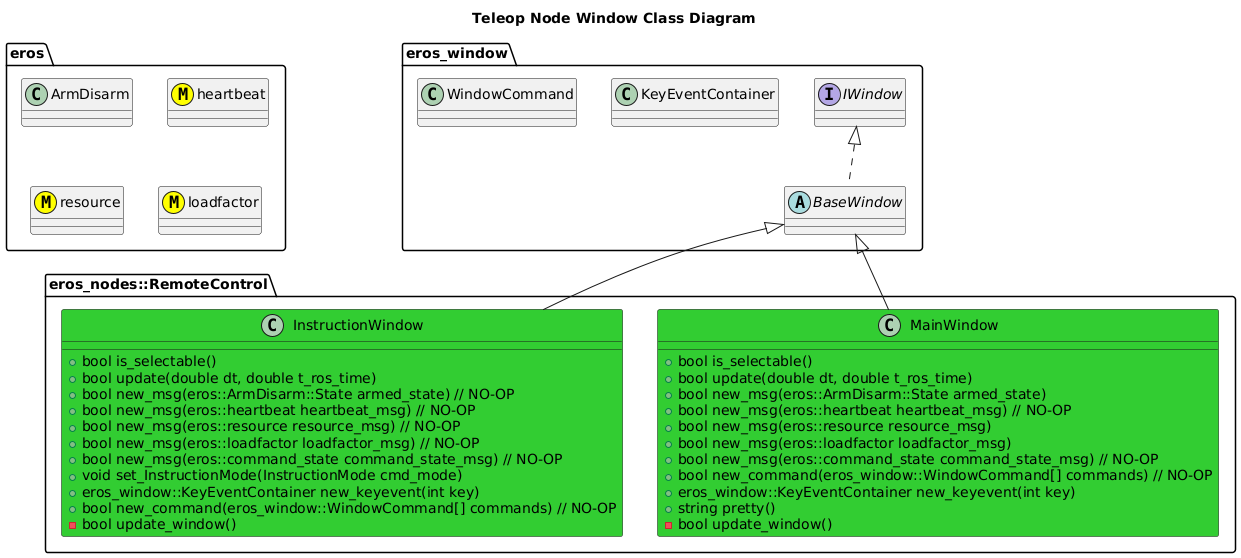
Earlier version of the PlantUML export nodes/RemoteControl/TeleopNode/doc/output/TeleopNodeWindowClassDiagram.png (fastrobotics/eros). The source it was exported from:
```plantuml
@startuml
title Teleop Node Window Class Diagram
package eros {
    class ArmDisarm
    class heartbeat <<(M,#FFFF00)>>
    class resource <<(M,#FFFF00)>>
    class loadfactor <<(M,#FFFF00)>>
}
package eros_window {
    interface IWindow
    abstract BaseWindow
    IWindow <|.. BaseWindow
    class KeyEventContainer
    class WindowCommand
}
package eros_nodes::RemoteControl {
    class MainWindow #LimeGreen {
        +bool is_selectable()
        +bool update(double dt, double t_ros_time)
        +bool new_msg(eros::ArmDisarm::State armed_state)
        +bool new_msg(eros::heartbeat heartbeat_msg) // NO-OP
        +bool new_msg(eros::resource resource_msg)
        +bool new_msg(eros::loadfactor loadfactor_msg)
        +bool new_msg(eros::command_state command_state_msg) // NO-OP
        +bool new_command(eros_window::WindowCommand[] commands) // NO-OP
        +eros_window::KeyEventContainer new_keyevent(int key)
        +string pretty()
        -bool update_window()

    }
    BaseWindow <|-- MainWindow
    class InstructionWindow #LimeGreen {
        +bool is_selectable()
        +bool update(double dt, double t_ros_time)
        +bool new_msg(eros::ArmDisarm::State armed_state) // NO-OP
        +bool new_msg(eros::heartbeat heartbeat_msg) // NO-OP
        +bool new_msg(eros::resource resource_msg) // NO-OP
        +bool new_msg(eros::loadfactor loadfactor_msg) // NO-OP
        +bool new_msg(eros::command_state command_state_msg) // NO-OP
        +void set_InstructionMode(InstructionMode cmd_mode)
        +eros_window::KeyEventContainer new_keyevent(int key)
        +bool new_command(eros_window::WindowCommand[] commands) // NO-OP
        -bool update_window()

    }
    BaseWindow <|-- InstructionWindow
}
@enduml
```
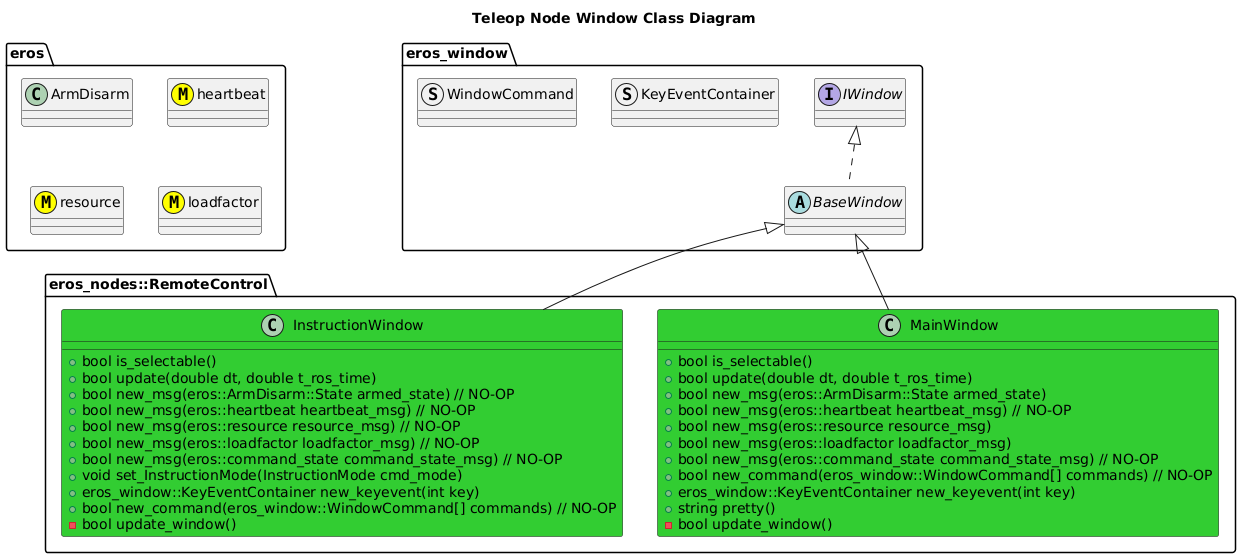
After the change.

Diff of the diagram source:
```diff
@@ -10,8 +10,8 @@
     interface IWindow
     abstract BaseWindow
     IWindow <|.. BaseWindow
-    class KeyEventContainer
-    class WindowCommand
+    struct KeyEventContainer
+    struct WindowCommand
 }
 package eros_nodes::RemoteControl {
     class MainWindow #LimeGreen {
```
